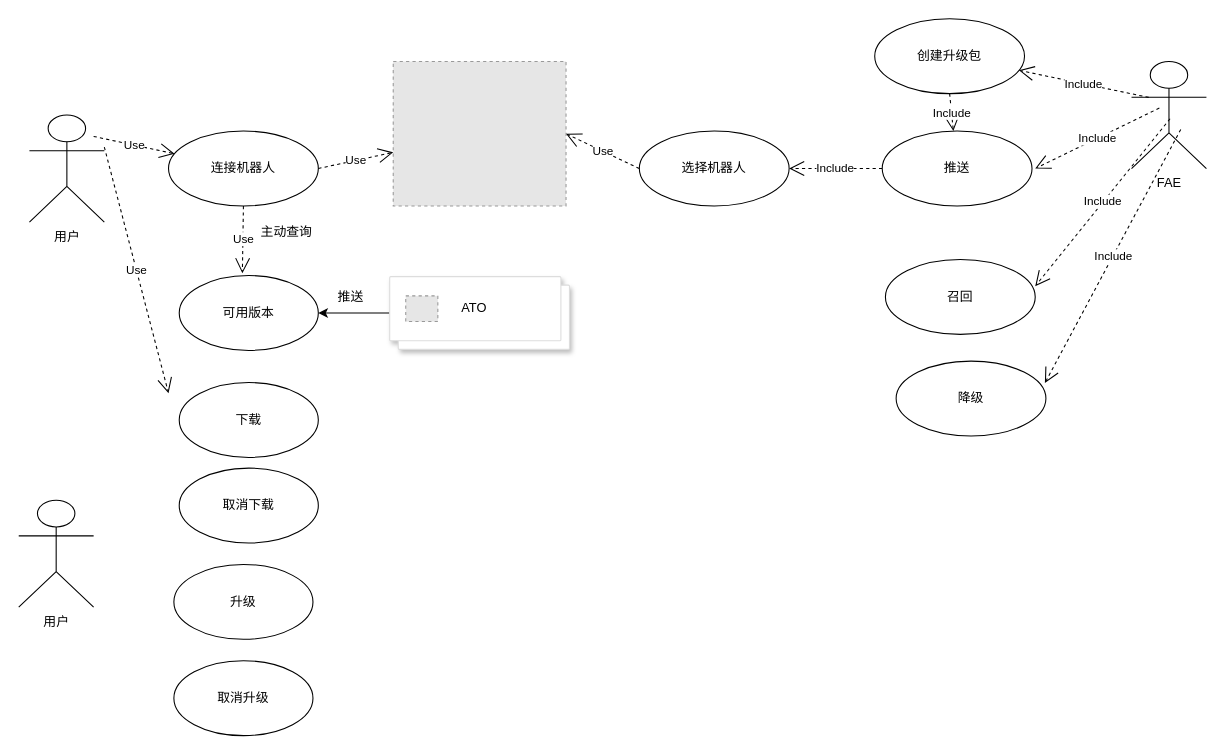
Before: craft/Case_push_site_1.drawio in feihu618/drawio, a draw.io diagram. Source tidied: cells renumbered, new cells numbered last; positions are measured from the earlier drawing's top-left corner, leaving out a move shared by most shapes. Both pictures are drawn from the tidied source at 107%, with x=0, y=0 at pixel (18, 18). Pictures stored in the file or linked from it are replaced by grey dashed boxes.
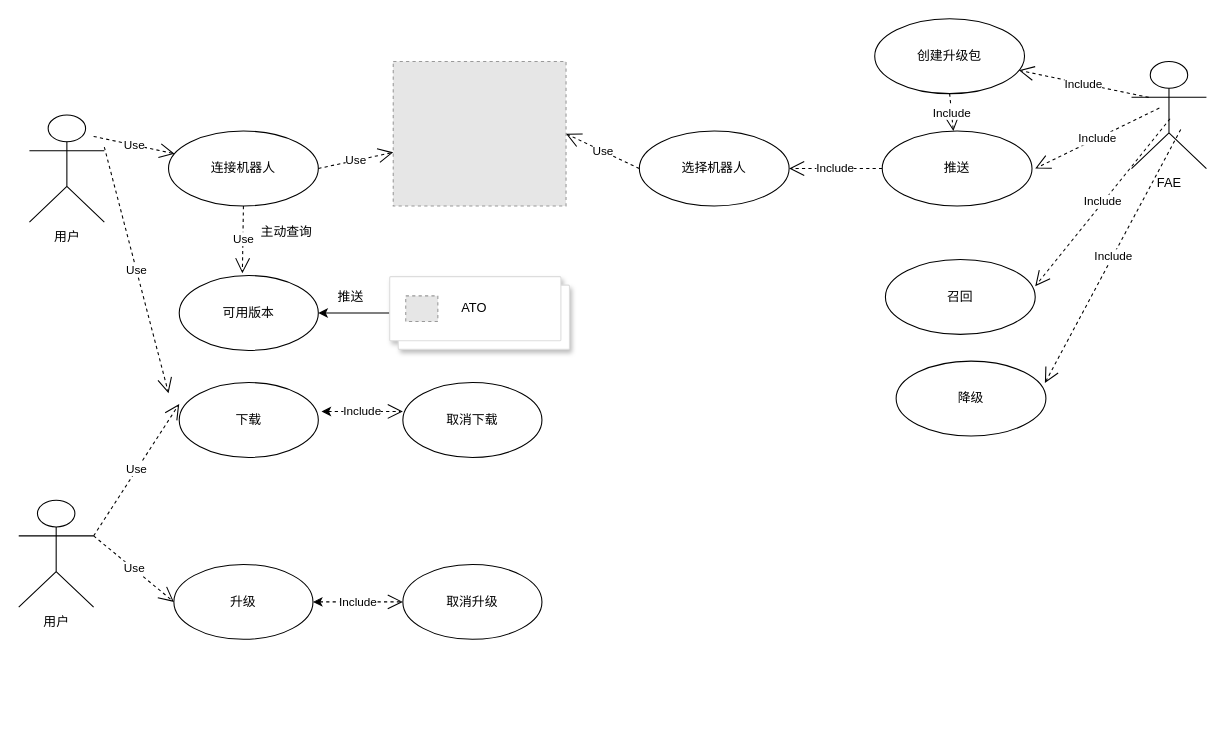
The same diagram, later.

The change refers to these unchanged cells:
```xml
<mxCell id="18" value="下载" style="ellipse;whiteSpace=wrap;html=1;" parent="1" vertex="1">
  <mxGeometry x="150" y="340" width="130" height="70" as="geometry" />
</mxCell>
<mxCell id="30" value="升级" style="ellipse;whiteSpace=wrap;html=1;" parent="1" vertex="1">
  <mxGeometry x="145" y="510" width="130" height="70" as="geometry" />
</mxCell>
<mxCell id="32" value="用户" style="shape=umlActor;verticalLabelPosition=bottom;verticalAlign=top;html=1;" parent="1" vertex="1">
  <mxGeometry y="450" width="70" height="100" as="geometry" />
</mxCell>
```

The edit, as a diff of the source:
```diff
@@
     <mxCell id="28" value="取消下载" style="ellipse;whiteSpace=wrap;html=1;" parent="1" vertex="1">
-      <mxGeometry x="150" y="420" width="130" height="70" as="geometry" />
+      <mxGeometry x="359" y="340" width="130" height="70" as="geometry" />
     </mxCell>
@@
     <mxCell id="31" value="取消升级" style="ellipse;whiteSpace=wrap;html=1;" parent="1" vertex="1">
-      <mxGeometry x="145" y="600" width="130" height="70" as="geometry" />
+      <mxGeometry x="359" y="510" width="130" height="70" as="geometry" />
     </mxCell>
@@
+    <mxCell id="33" value="Include" style="endArrow=open;endSize=12;dashed=1;html=1;rounded=0;entryX=0;entryY=0.386;entryDx=0;entryDy=0;exitX=1.023;exitY=0.386;exitDx=0;exitDy=0;exitPerimeter=0;entryPerimeter=0;startArrow=classic;startFill=1;" parent="1" edge="1" source="18" target="28">
+      <mxGeometry relative="1" as="geometry" />
+    </mxCell>
+    <mxCell id="34" value="Include" style="endArrow=open;endSize=12;dashed=1;html=1;rounded=0;entryX=0;entryY=0.5;entryDx=0;entryDy=0;exitX=1;exitY=0.5;exitDx=0;exitDy=0;startArrow=classic;startFill=1;" parent="1" edge="1" source="30" target="31">
+      <mxGeometry relative="1" as="geometry" />
+    </mxCell>
+    <mxCell id="35" value="Use" style="endArrow=open;endSize=12;dashed=1;html=1;rounded=0;exitX=1;exitY=0.3333333333333333;exitDx=0;exitDy=0;exitPerimeter=0;" parent="1" edge="1" source="32">
+      <mxGeometry relative="1" as="geometry">
+        <mxPoint x="150" y="360" as="targetPoint" />
+      </mxGeometry>
+    </mxCell>
+    <mxCell id="36" value="Use" style="endArrow=open;endSize=12;dashed=1;html=1;rounded=0;exitX=1;exitY=0.3333333333333333;exitDx=0;exitDy=0;exitPerimeter=0;entryX=0;entryY=0.5;entryDx=0;entryDy=0;" parent="1" edge="1" source="32" target="30">
+      <mxGeometry relative="1" as="geometry" />
+    </mxCell>
```
